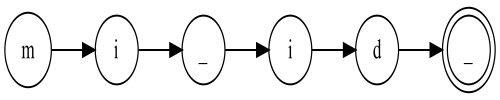
Above: src/main/java/Imagenes/automata.png in AngelSonVicente/PracticaLenguajes (Graphviz), before the change. Its source is kept beside it as automata.dot.
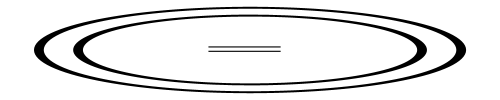
The same file after the commit.

The edit, as a diff of the source:
```diff
@@ -1,14 +1,4 @@
 digraph G {
  	rankdir=LR;
-  0 [label="m", shape=circle, width=0.15];
-  1 [label="i", shape=circle, width=0.15];
-  2 [label="_", shape=circle, width=0.15];
-  3 [label="i", shape=circle, width=0.15];
-  4 [label="d", shape=circle, width=0.15];
-  5 [label="_", shape=doublecircle,width=0.15];
-  0 -> 1;
-  1 -> 2;
-  2 -> 3;
-  3 -> 4;
-  4 -> 5;
+  0 [label="=", shape=doublecircle,width=0.15];
 }
```
